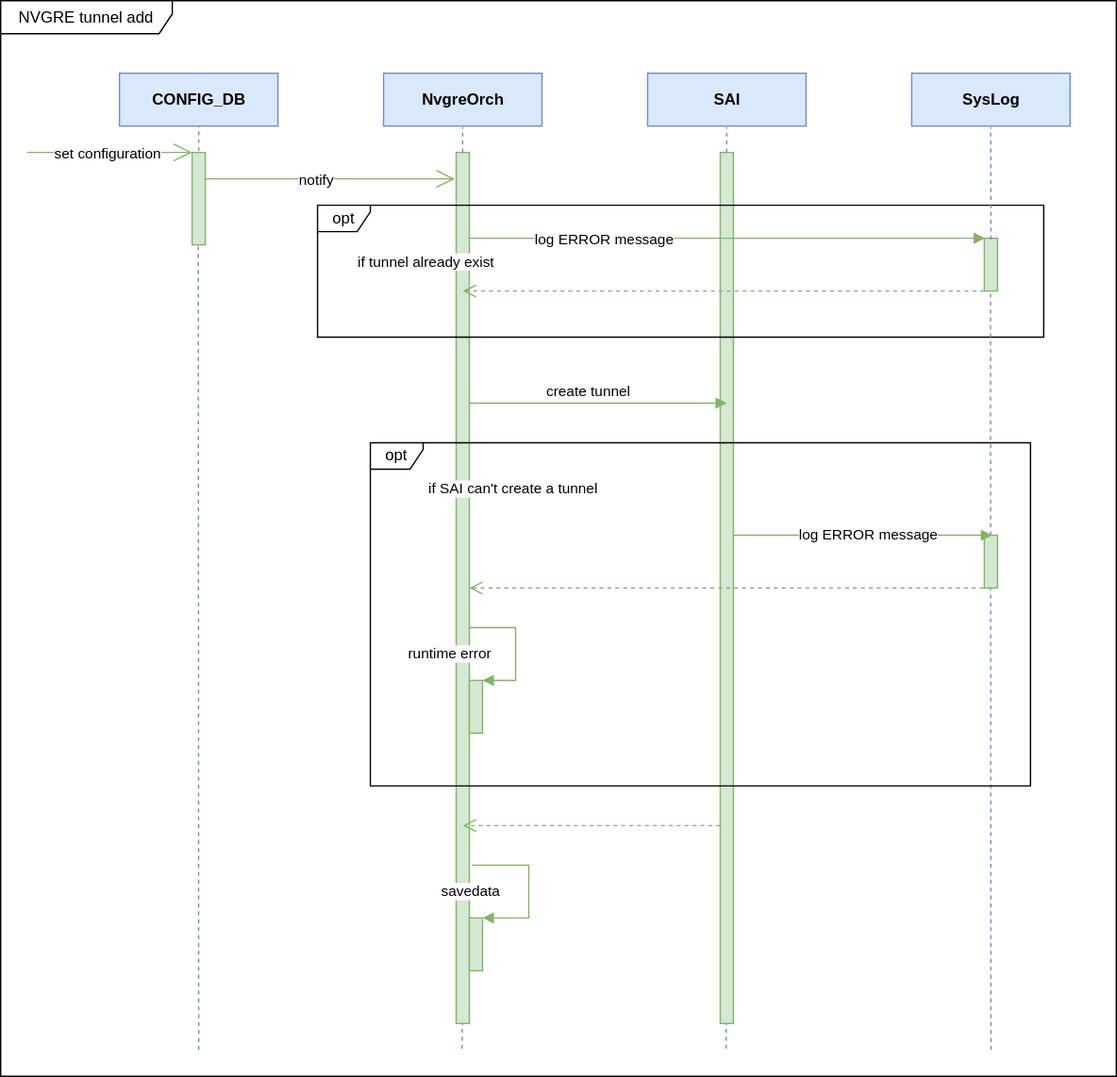
Earlier version of the draw.io export doc/nvgre_tunnel/images/nvgre_tunnel_create_uml.svg (sonic-net/SONiC). Source tidied: cells renumbered, new cells last; positions are measured from the earlier drawing's top-left corner, leaving out a move shared by most shapes.
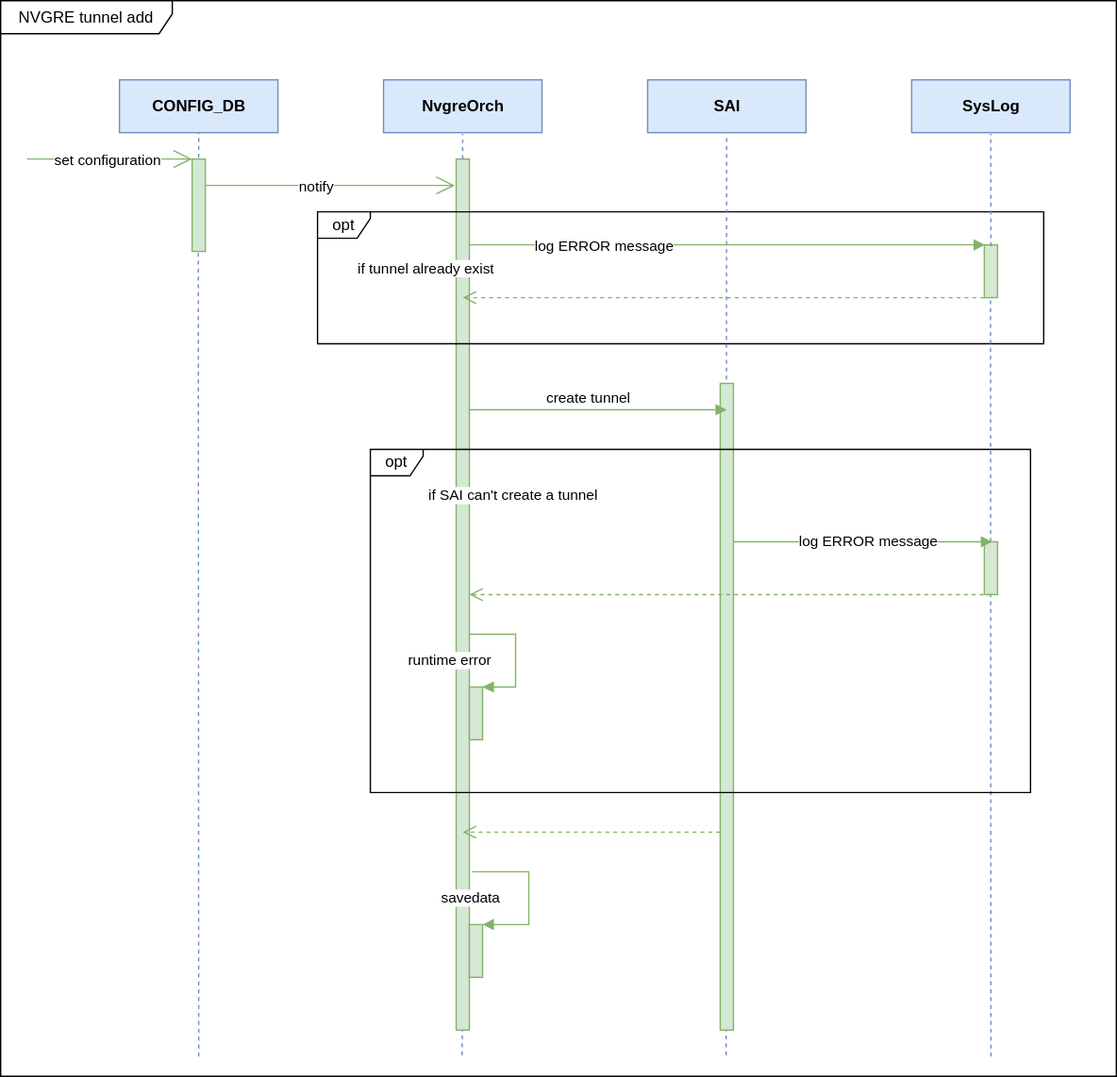
The same file after the commit.

What changed in the source:
```diff
@@ -40,7 +40,7 @@
       </mxGeometry>
     </mxCell>
     <mxCell id="11" style="html=1;points=[];perimeter=orthogonalPerimeter;fillColor=#d5e8d4;strokeColor=#82b366;" parent="1" vertex="1">
-      <mxGeometry x="545" y="115" width="10" height="660" as="geometry" />
+      <mxGeometry x="545" y="285" width="10" height="490" as="geometry" />
     </mxCell>
     <mxCell id="12" value="opt" style="shape=umlFrame;whiteSpace=wrap;html=1;width=40;height=20;fillColor=#FFFFFF;" parent="1" vertex="1">
       <mxGeometry x="240" y="155" width="550" height="100" as="geometry" />
@@ -83,9 +83,8 @@
         <mxPoint x="349.9" y="96" as="targetPoint" />
       </mxGeometry>
     </mxCell>
-    <mxCell id="20" style="endArrow=none;dashed=1;html=1;shadow=0;fillColor=#dae8fc;strokeColor=#6c8ebf;" parent="1" edge="1">
+    <mxCell id="20" style="endArrow=none;dashed=1;html=1;shadow=0;fillColor=#dae8fc;strokeColor=#6c8ebf;exitX=0.469;exitY=-0.006;exitDx=0;exitDy=0;exitPerimeter=0;" parent="1" edge="1" source="11">
       <mxGeometry relative="1" as="geometry">
-        <mxPoint x="549.9" y="115" as="sourcePoint" />
         <mxPoint x="549.9" y="96" as="targetPoint" />
       </mxGeometry>
     </mxCell>
@@ -122,7 +121,7 @@
       </mxGeometry>
     </mxCell>
     <mxCell id="26" value="NVGRE tunnel add" style="shape=umlFrame;whiteSpace=wrap;html=1;fillColor=#FFFFFF;width=130;height=25;" parent="1" vertex="1">
-      <mxGeometry width="845" height="815" as="geometry" />
+      <mxGeometry y="-5" width="845" height="815" as="geometry" />
     </mxCell>
     <mxCell id="27" style="html=1;points=[];perimeter=orthogonalPerimeter;fillColor=#d5e8d4;strokeColor=#82b366;" parent="1" vertex="1">
       <mxGeometry x="355" y="695" width="10" height="40" as="geometry" />
```
